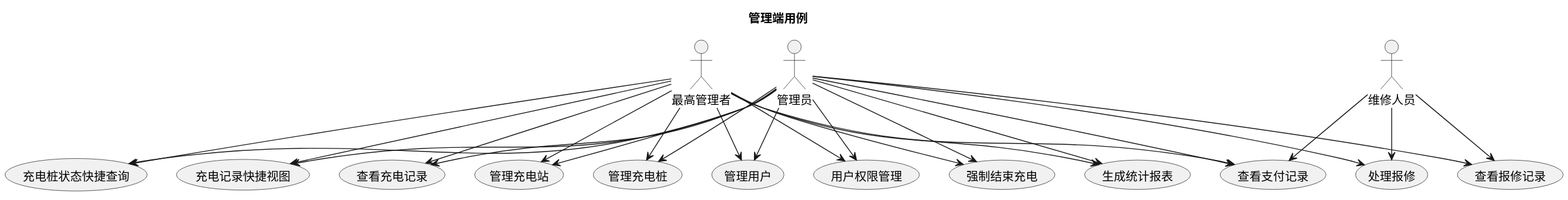
This is usecase/docs/overview/img/admin_usecases.svg from greenhandzdl/charging-station-doc, a PlantUML export, as it was before one commit.
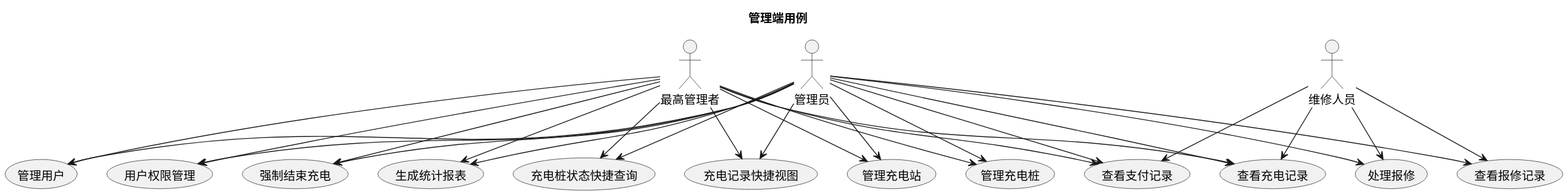
After the change.

What changed in the source:
```diff
@@ -46,4 +46,5 @@
 M --> HR
 M --> VR
 M --> VPR
+M --> VCR
 @enduml
```
